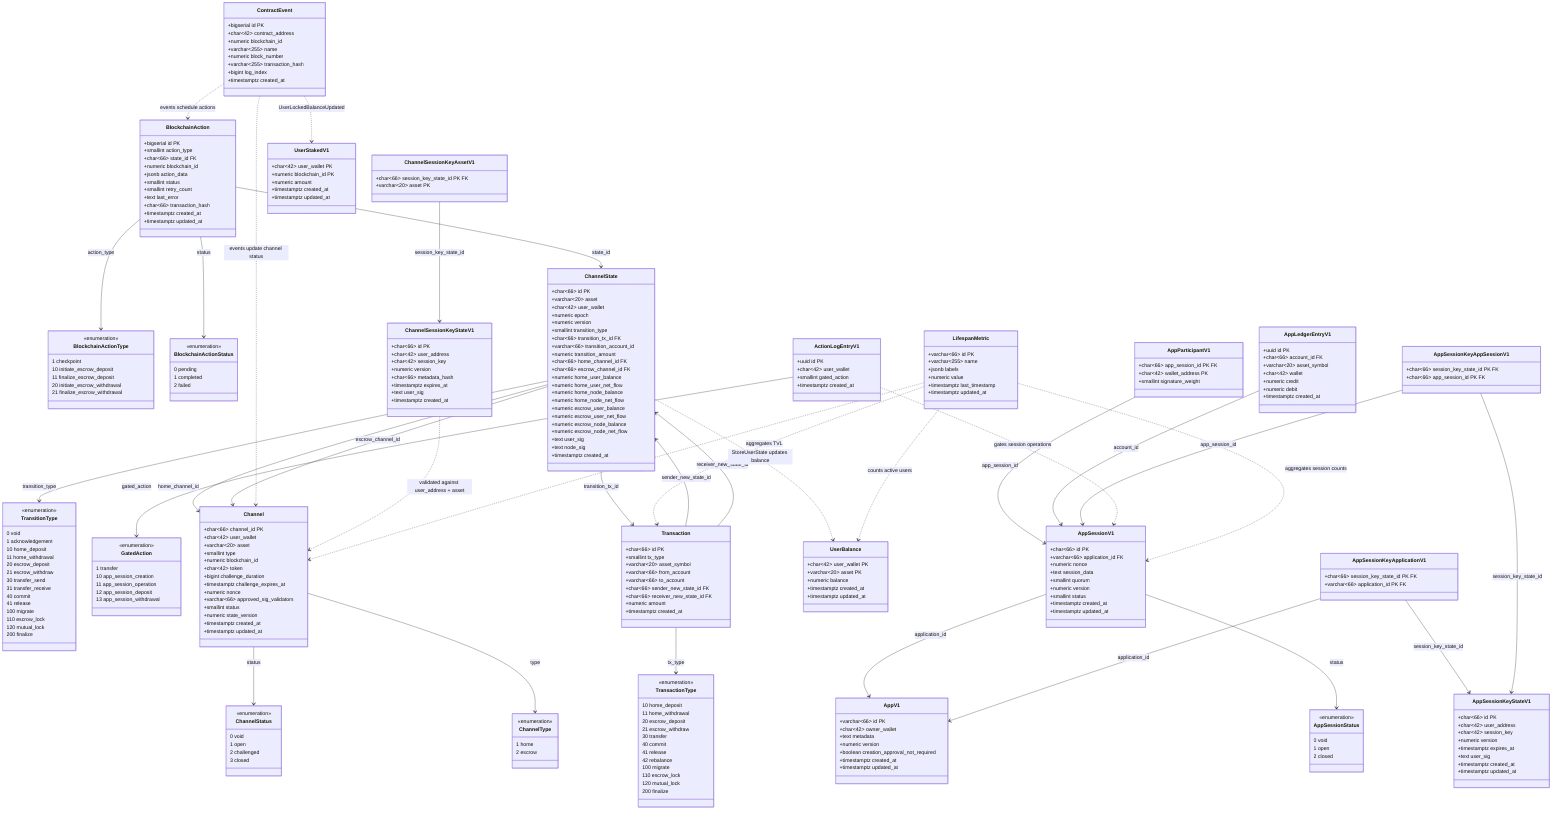
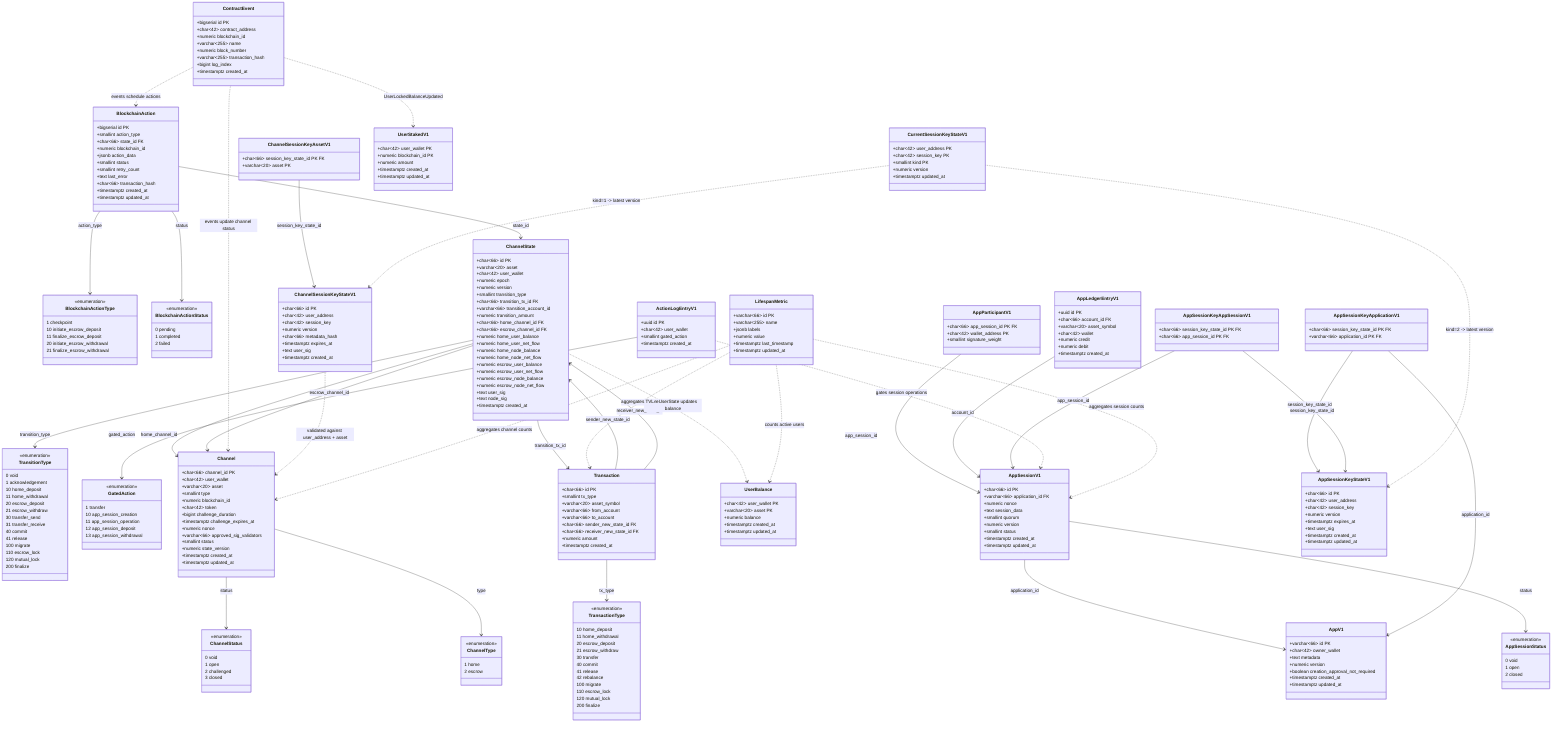
classDiagram
    %% ===== ENUMS =====

    class ChannelStatus {
        <<enumeration>>
        0 void
        1 open
        2 challenged
        3 closed
    }

    class ChannelType {
        <<enumeration>>
        1 home
        2 escrow
    }

    class TransactionType {
        <<enumeration>>
        10 home_deposit
        11 home_withdrawal
        20 escrow_deposit
        21 escrow_withdraw
        30 transfer
        40 commit
        41 release
        42 rebalance
        100 migrate
        110 escrow_lock
        120 mutual_lock
        200 finalize
    }

    class TransitionType {
        <<enumeration>>
        0 void
        1 acknowledgement
        10 home_deposit
        11 home_withdrawal
        20 escrow_deposit
        21 escrow_withdraw
        30 transfer_send
        31 transfer_receive
        40 commit
        41 release
        100 migrate
        110 escrow_lock
        120 mutual_lock
        200 finalize
    }

    class AppSessionStatus {
        <<enumeration>>
        0 void
        1 open
        2 closed
    }

    class BlockchainActionType {
        <<enumeration>>
        1 checkpoint
        10 initiate_escrow_deposit
        11 finalize_escrow_deposit
        20 initiate_escrow_withdrawal
        21 finalize_escrow_withdrawal
    }

    class BlockchainActionStatus {
        <<enumeration>>
        0 pending
        1 completed
        2 failed
    }

    class GatedAction {
        <<enumeration>>
        1 transfer
        10 app_session_creation
        11 app_session_operation
        12 app_session_deposit
        13 app_session_withdrawal
    }

    %% ===== CORE TABLES =====

    class Channel {
        +char~66~ channel_id PK
        +char~42~ user_wallet
        +varchar~20~ asset
        +smallint type
        +numeric blockchain_id
        +char~42~ token
        +bigint challenge_duration
        +timestamptz challenge_expires_at
        +numeric nonce
        +varchar~66~ approved_sig_validators
        +smallint status
        +numeric state_version
        +timestamptz created_at
        +timestamptz updated_at
    }

    class ChannelState {
        +char~66~ id PK
        +varchar~20~ asset
        +char~42~ user_wallet
        +numeric epoch
        +numeric version
        +smallint transition_type
        +char~66~ transition_tx_id FK
        +varchar~66~ transition_account_id
        +numeric transition_amount
        +char~66~ home_channel_id FK
        +char~66~ escrow_channel_id FK
        +numeric home_user_balance
        +numeric home_user_net_flow
        +numeric home_node_balance
        +numeric home_node_net_flow
        +numeric escrow_user_balance
        +numeric escrow_user_net_flow
        +numeric escrow_node_balance
        +numeric escrow_node_net_flow
        +text user_sig
        +text node_sig
        +timestamptz created_at
    }

    class Transaction {
        +char~66~ id PK
        +smallint tx_type
        +varchar~20~ asset_symbol
        +varchar~66~ from_account
        +varchar~66~ to_account
        +char~66~ sender_new_state_id FK
        +char~66~ receiver_new_state_id FK
        +numeric amount
        +timestamptz created_at
    }

    class UserBalance {
        +char~42~ user_wallet PK
        +varchar~20~ asset PK
        +numeric balance
        +timestamptz created_at
        +timestamptz updated_at
    }

    %% ===== APPLICATION TABLES =====

    class AppV1 {
        +varchar~66~ id PK
        +char~42~ owner_wallet
        +text metadata
        +numeric version
        +boolean creation_approval_not_required
        +timestamptz created_at
        +timestamptz updated_at
    }

    class AppSessionV1 {
        +char~66~ id PK
        +varchar~66~ application_id FK
        +numeric nonce
        +text session_data
        +smallint quorum
        +numeric version
        +smallint status
        +timestamptz created_at
        +timestamptz updated_at
    }

    class AppParticipantV1 {
        +char~66~ app_session_id PK FK
        +char~42~ wallet_address PK
        +smallint signature_weight
    }

    class AppLedgerEntryV1 {
        +uuid id PK
        +char~66~ account_id FK
        +varchar~20~ asset_symbol
        +char~42~ wallet
        +numeric credit
        +numeric debit
        +timestamptz created_at
    }

    %% ===== SESSION KEY TABLES =====

    class AppSessionKeyStateV1 {
        +char~66~ id PK
        +char~42~ user_address
        +char~42~ session_key
        +numeric version
        +timestamptz expires_at
        +text user_sig
        +timestamptz created_at
        +timestamptz updated_at
    }

    class AppSessionKeyApplicationV1 {
        +char~66~ session_key_state_id PK FK
        +varchar~66~ application_id PK FK
    }

    class AppSessionKeyAppSessionV1 {
        +char~66~ session_key_state_id PK FK
        +char~66~ app_session_id PK FK
    }

    class ChannelSessionKeyStateV1 {
        +char~66~ id PK
        +char~42~ user_address
        +char~42~ session_key
        +numeric version
        +char~66~ metadata_hash
        +timestamptz expires_at
        +text user_sig
        +timestamptz created_at
    }

    class ChannelSessionKeyAssetV1 {
        +char~66~ session_key_state_id PK FK
        +varchar~20~ asset PK
    }

+     class CurrentSessionKeyStateV1 {
+         +char~42~ user_address PK
+         +char~42~ session_key PK
+         +smallint kind PK
+         +numeric version
+         +timestamptz updated_at
+     }
+ 
    %% ===== BLOCKCHAIN TABLES =====

    class ContractEvent {
        +bigserial id PK
        +char~42~ contract_address
        +numeric blockchain_id
        +varchar~255~ name
        +numeric block_number
        +varchar~255~ transaction_hash
        +bigint log_index
        +timestamptz created_at
    }

    class BlockchainAction {
        +bigserial id PK
        +smallint action_type
        +char~66~ state_id FK
        +numeric blockchain_id
        +jsonb action_data
        +smallint status
        +smallint retry_count
        +text last_error
        +char~66~ transaction_hash
        +timestamptz created_at
        +timestamptz updated_at
    }

    %% ===== OPERATIONAL TABLES =====

    class UserStakedV1 {
        +char~42~ user_wallet PK
        +numeric blockchain_id PK
        +numeric amount
        +timestamptz created_at
        +timestamptz updated_at
    }

    class ActionLogEntryV1 {
        +uuid id PK
        +char~42~ user_wallet
        +smallint gated_action
        +timestamptz created_at
    }

    class LifespanMetric {
        +varchar~66~ id PK
        +varchar~255~ name
        +jsonb labels
        +numeric value
        +timestamptz last_timestamp
        +timestamptz updated_at
    }

    %% ===== RELATIONSHIPS =====

    %% -- Channel core --
    Channel --> ChannelStatus : status
    Channel --> ChannelType : type

    %% -- ChannelState references channels and transitions --
    ChannelState --> TransitionType : transition_type
    ChannelState --> Channel : home_channel_id
    ChannelState --> Channel : escrow_channel_id
    ChannelState --> Transaction : transition_tx_id

    %% -- Transaction references states --
    Transaction --> TransactionType : tx_type
    Transaction --> ChannelState : sender_new_state_id
    Transaction --> ChannelState : receiver_new_state_id

    %% -- UserBalance derived from ChannelState.home_user_balance --
    ChannelState ..> UserBalance : StoreUserState updates balance

    %% -- Blockchain: actions reference states, events update channels --
    BlockchainAction --> BlockchainActionType : action_type
    BlockchainAction --> BlockchainActionStatus : status
    BlockchainAction --> ChannelState : state_id
    ContractEvent ..> Channel : events update channel status
    ContractEvent ..> BlockchainAction : events schedule actions
    ContractEvent ..> UserStakedV1 : UserLockedBalanceUpdated

    %% -- App layer --
    AppSessionV1 --> AppV1 : application_id
    AppSessionV1 --> AppSessionStatus : status
    AppParticipantV1 --> AppSessionV1 : app_session_id
    AppLedgerEntryV1 --> AppSessionV1 : account_id

    %% -- App session keys link to apps and sessions --
    AppSessionKeyApplicationV1 --> AppSessionKeyStateV1 : session_key_state_id
    AppSessionKeyApplicationV1 --> AppV1 : application_id
    AppSessionKeyAppSessionV1 --> AppSessionKeyStateV1 : session_key_state_id
    AppSessionKeyAppSessionV1 --> AppSessionV1 : app_session_id

    %% -- Channel session keys link to channels via user_address + asset --
    ChannelSessionKeyAssetV1 --> ChannelSessionKeyStateV1 : session_key_state_id
    ChannelSessionKeyStateV1 ..> Channel : validated against user_address + asset

+     %% -- Pointer table tracks latest version per (user_address, session_key, kind) --
+     CurrentSessionKeyStateV1 ..> AppSessionKeyStateV1 : kind=2 -> latest version
+     CurrentSessionKeyStateV1 ..> ChannelSessionKeyStateV1 : kind=1 -> latest version
+ 
    %% -- Action log gates user operations --
    ActionLogEntryV1 --> GatedAction : gated_action
    ActionLogEntryV1 ..> AppSessionV1 : gates session operations

    %% -- Lifespan metrics aggregate from core tables --
    LifespanMetric ..> Channel : aggregates channel counts
    LifespanMetric ..> Transaction : aggregates TVL
    LifespanMetric ..> AppSessionV1 : aggregates session counts
    LifespanMetric ..> UserBalance : counts active users
